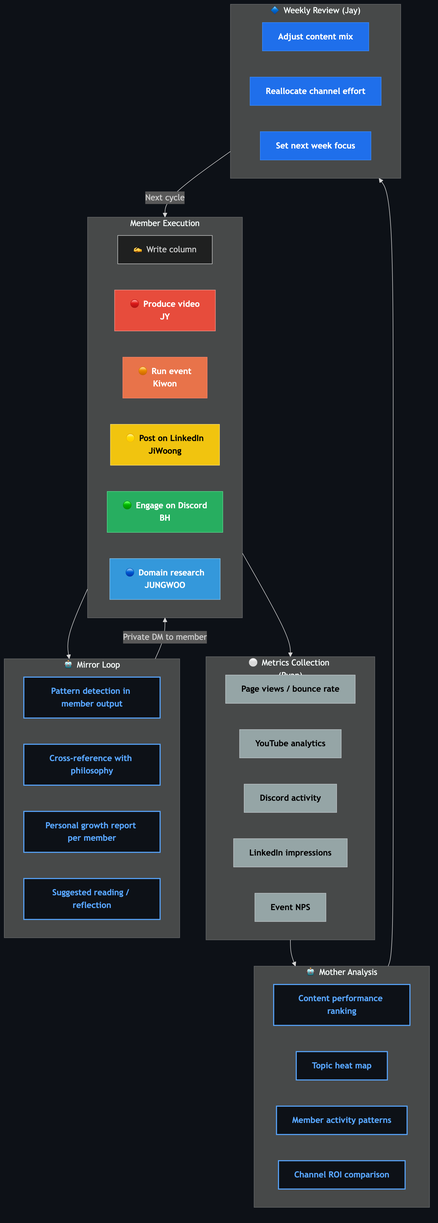
The Mermaid diagram products/hypeproof-workflow-diagrams/d5-color.png in JeHyeong2/hypeprooflab, before a commit. Its source is kept beside it as products/hypeproof-workflow-diagrams/d5-color.mmd. Its diagram source:
```mermaid
flowchart TB
    subgraph EXECUTE["Member Execution"]
        E1["✍️ Write column"]
        E2["🔴 Produce video<br/>JY"]
        E3["🟠 Run event<br/>Kiwon"]
        E4["🟡 Post on LinkedIn<br/>JiWoong"]
        E5["🟢 Engage on Discord<br/>BH"]
        E6["🔵 Domain research<br/>JUNGWOO"]
    end

    subgraph COLLECT["⚪ Metrics Collection (Ryan)"]
        M1["Page views / bounce rate"]
        M2["YouTube analytics"]
        M3["Discord activity"]
        M4["LinkedIn impressions"]
        M5["Event NPS"]
    end

    subgraph ANALYZE["🤖 Mother Analysis"]
        AN1["Content performance ranking"]
        AN2["Topic heat map"]
        AN3["Member activity patterns"]
        AN4["Channel ROI comparison"]
    end

    subgraph MIRROR_LOOP["🤖 Mirror Loop"]
        ML1["Pattern detection in member output"]
        ML2["Cross-reference with philosophy"]
        ML3["Personal growth report per member"]
        ML4["Suggested reading / reflection"]
    end

    subgraph DECIDE["🔷 Weekly Review (Jay)"]
        DEC1["Adjust content mix"]
        DEC2["Reallocate channel effort"]
        DEC3["Set next week focus"]
    end

    EXECUTE --> COLLECT
    COLLECT --> ANALYZE
    ANALYZE --> DECIDE
    DECIDE -->|"Next cycle"| EXECUTE

    EXECUTE --> MIRROR_LOOP
    MIRROR_LOOP -->|"Private DM to member"| EXECUTE

    classDef jay fill:#1f6feb,stroke:#388bfd,color:#fff,font-weight:bold
    classDef kiwon fill:#e8734a,stroke:#f78166,color:#fff,font-weight:bold
    classDef jiwoong fill:#f1c40f,stroke:#f7dc6f,color:#000,font-weight:bold
    classDef jy fill:#e74c3c,stroke:#f1948a,color:#fff,font-weight:bold
    classDef tj fill:#8b4513,stroke:#cd853f,color:#fff,font-weight:bold
    classDef jehyeong fill:#9b59b6,stroke:#bb8fce,color:#fff,font-weight:bold
    classDef bh fill:#27ae60,stroke:#58d68d,color:#fff,font-weight:bold
    classDef jungwoo fill:#3498db,stroke:#85c1e9,color:#fff,font-weight:bold
    classDef ryan fill:#95a5a6,stroke:#bdc3c7,color:#000,font-weight:bold
    classDef mother fill:#0d1117,stroke:#58a6ff,color:#58a6ff,font-weight:bold,stroke-width:2px

    class DEC1,DEC2,DEC3 jay
    class E3 kiwon
    class E4 jiwoong
    class E2 jy
    class E5 bh
    class E6 jungwoo
    class M1,M2,M3,M4,M5 ryan
    class AN1,AN2,AN3,AN4 mother
    class ML1,ML2,ML3,ML4 mother
```
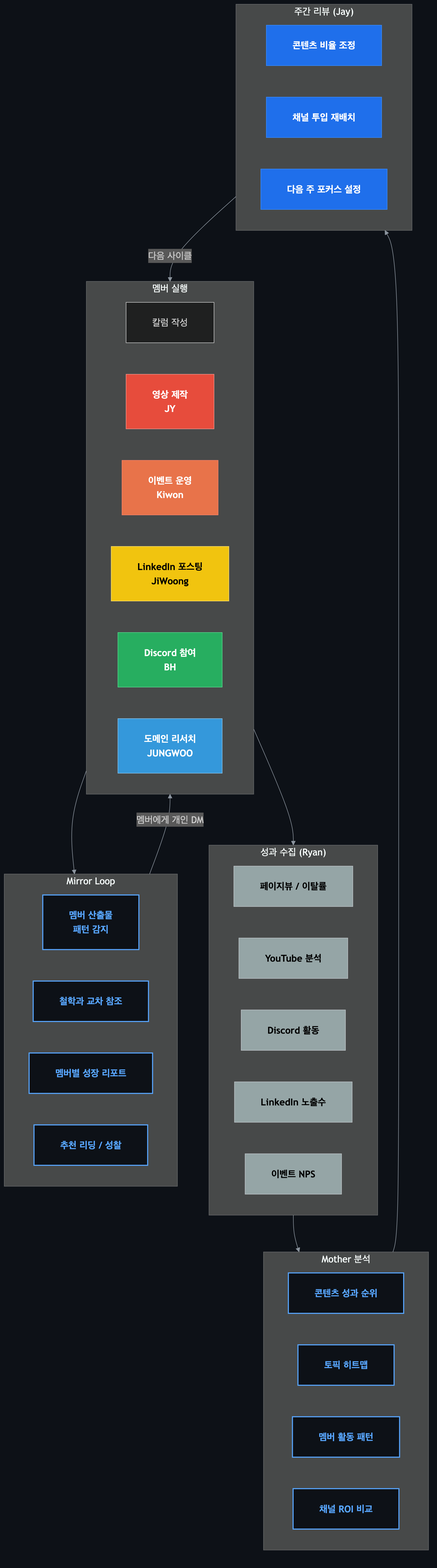
After the commit.

Change to the diagram source:
```diff
@@ -1,48 +1,48 @@
 flowchart TB
-    subgraph EXECUTE["Member Execution"]
-        E1["✍️ Write column"]
-        E2["🔴 Produce video<br/>JY"]
-        E3["🟠 Run event<br/>Kiwon"]
-        E4["🟡 Post on LinkedIn<br/>JiWoong"]
-        E5["🟢 Engage on Discord<br/>BH"]
-        E6["🔵 Domain research<br/>JUNGWOO"]
+    subgraph EXECUTE["멤버 실행"]
+        E1["칼럼 작성"]
+        E2["영상 제작<br/>JY"]
+        E3["이벤트 운영<br/>Kiwon"]
+        E4["LinkedIn 포스팅<br/>JiWoong"]
+        E5["Discord 참여<br/>BH"]
+        E6["도메인 리서치<br/>JUNGWOO"]
     end
 
-    subgraph COLLECT["⚪ Metrics Collection (Ryan)"]
-        M1["Page views / bounce rate"]
-        M2["YouTube analytics"]
-        M3["Discord activity"]
-        M4["LinkedIn impressions"]
-        M5["Event NPS"]
+    subgraph COLLECT["성과 수집 (Ryan)"]
+        M1["페이지뷰 / 이탈률"]
+        M2["YouTube 분석"]
+        M3["Discord 활동"]
+        M4["LinkedIn 노출수"]
+        M5["이벤트 NPS"]
     end
 
-    subgraph ANALYZE["🤖 Mother Analysis"]
-        AN1["Content performance ranking"]
-        AN2["Topic heat map"]
-        AN3["Member activity patterns"]
-        AN4["Channel ROI comparison"]
+    subgraph ANALYZE["Mother 분석"]
+        AN1["콘텐츠 성과 순위"]
+        AN2["토픽 히트맵"]
+        AN3["멤버 활동 패턴"]
+        AN4["채널 ROI 비교"]
     end
 
-    subgraph MIRROR_LOOP["🤖 Mirror Loop"]
-        ML1["Pattern detection in member output"]
-        ML2["Cross-reference with philosophy"]
-        ML3["Personal growth report per member"]
-        ML4["Suggested reading / reflection"]
+    subgraph MIRROR_LOOP["Mirror Loop"]
+        ML1["멤버 산출물<br/>패턴 감지"]
+        ML2["철학과 교차 참조"]
+        ML3["멤버별 성장 리포트"]
+        ML4["추천 리딩 / 성찰"]
     end
 
-    subgraph DECIDE["🔷 Weekly Review (Jay)"]
-        DEC1["Adjust content mix"]
-        DEC2["Reallocate channel effort"]
-        DEC3["Set next week focus"]
+    subgraph DECIDE["주간 리뷰 (Jay)"]
+        DEC1["콘텐츠 비율 조정"]
+        DEC2["채널 투입 재배치"]
+        DEC3["다음 주 포커스 설정"]
     end
 
     EXECUTE --> COLLECT
     COLLECT --> ANALYZE
     ANALYZE --> DECIDE
-    DECIDE -->|"Next cycle"| EXECUTE
+    DECIDE -->|"다음 사이클"| EXECUTE
 
     EXECUTE --> MIRROR_LOOP
-    MIRROR_LOOP -->|"Private DM to member"| EXECUTE
+    MIRROR_LOOP -->|"멤버에게 개인 DM"| EXECUTE
 
     classDef jay fill:#1f6feb,stroke:#388bfd,color:#fff,font-weight:bold
     classDef kiwon fill:#e8734a,stroke:#f78166,color:#fff,font-weight:bold
```
